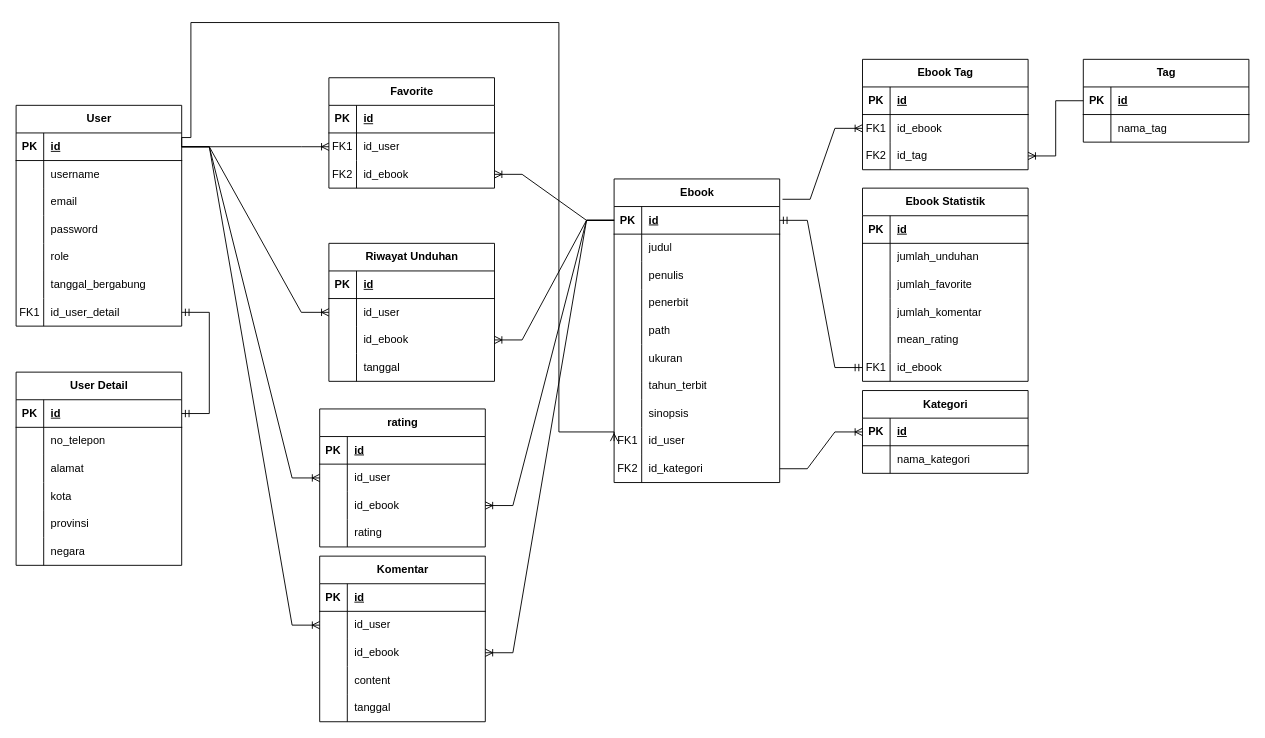
The draw.io diagram ebshare-fix.drawio in zaenal-abidin-syah/diagram, before the edit. Source tidied: cells renumbered, new cells numbered last; positions are measured from the earlier drawing's top-left corner, leaving out a move shared by most shapes. Both pictures are drawn from the tidied source at 92%, with x=0, y=0 at pixel (16, 22).
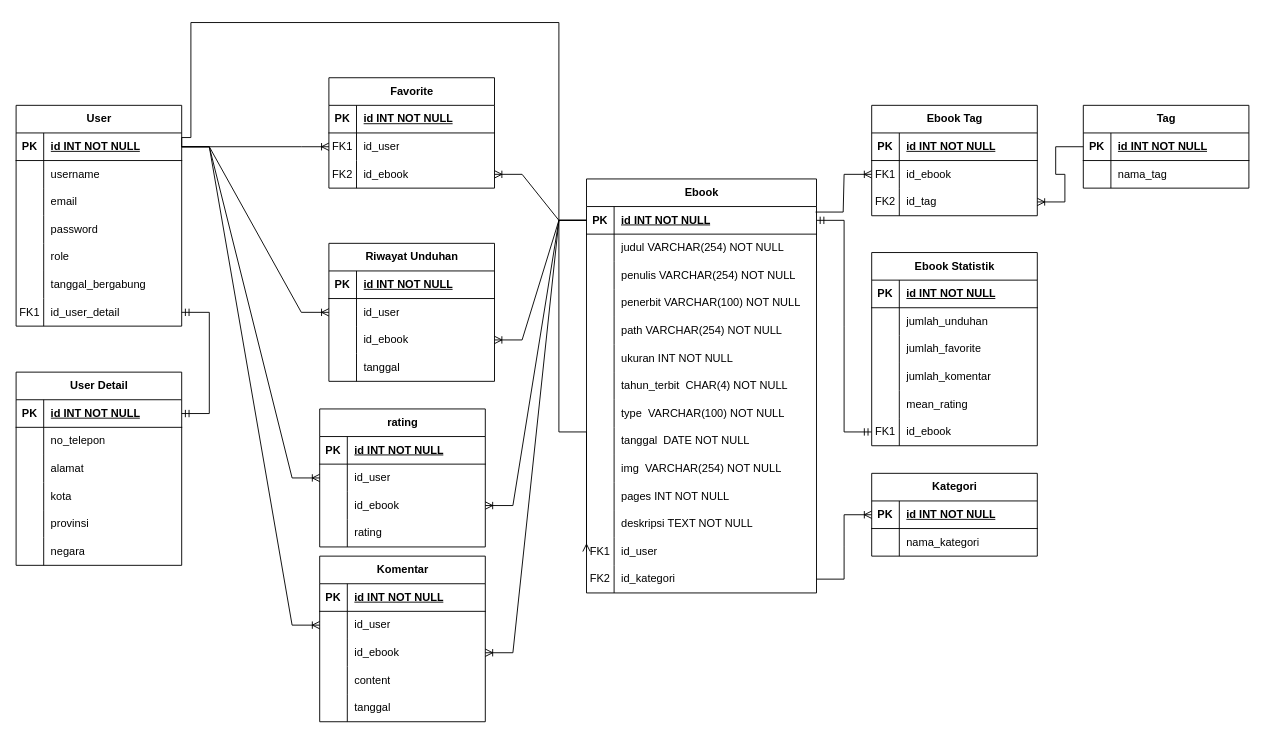
After the change.

The change refers to these unchanged cells:
```xml
<mxCell id="34" style="shape=tableRow;horizontal=0;startSize=0;swimlaneHead=0;swimlaneBody=0;fillColor=none;points=[[0,0.5],[1,0.5]];portConstraint=eastwest;top=0;left=0;right=0;bottom=1;" parent="33" vertex="1">
  <mxGeometry y="30" width="180" height="30" as="geometry" />
</mxCell>
<mxCell id="41" style="shape=tableRow;horizontal=0;startSize=0;swimlaneHead=0;swimlaneBody=0;fillColor=none;points=[[0,0.5],[1,0.5]];portConstraint=eastwest;top=0;left=0;right=0;bottom=1;" parent="40" vertex="1">
  <mxGeometry y="30" width="180" height="30" as="geometry" />
</mxCell>
<mxCell id="48" style="shape=tableRow;horizontal=0;startSize=0;swimlaneHead=0;swimlaneBody=0;fillColor=none;top=0;left=0;right=0;bottom=1;" parent="47" vertex="1">
  <mxGeometry y="30" width="180" height="30" as="geometry" />
</mxCell>
<mxCell id="51" style="shape=tableRow;horizontal=0;startSize=0;swimlaneHead=0;swimlaneBody=0;fillColor=none;points=[[0,0.5],[1,0.5]];portConstraint=eastwest;top=0;left=0;right=0;bottom=0;" parent="47" vertex="1">
  <mxGeometry y="60" width="180" height="30" as="geometry" />
</mxCell>
<mxCell id="58" style="shape=tableRow;horizontal=0;startSize=0;swimlaneHead=0;swimlaneBody=0;fillColor=none;top=0;left=0;right=0;bottom=1;" parent="57" vertex="1">
  <mxGeometry y="30" width="180" height="30" as="geometry" />
</mxCell>
<mxCell id="68" style="shape=tableRow;horizontal=0;startSize=0;swimlaneHead=0;swimlaneBody=0;fillColor=none;top=0;left=0;right=0;bottom=1;" parent="67" vertex="1">
  <mxGeometry y="30" width="180" height="30" as="geometry" />
</mxCell>
<mxCell id="87" style="shape=tableRow;horizontal=0;startSize=0;swimlaneHead=0;swimlaneBody=0;fillColor=none;points=[[0,0.5],[1,0.5]];portConstraint=eastwest;top=0;left=0;right=0;bottom=1;" parent="86" vertex="1">
  <mxGeometry y="30" width="180" height="30" as="geometry" />
</mxCell>
<mxCell id="109" style="shape=tableRow;horizontal=0;startSize=0;swimlaneHead=0;swimlaneBody=0;fillColor=none;points=[[0,0.5],[1,0.5]];portConstraint=eastwest;top=0;left=0;right=0;bottom=1;" parent="108" vertex="1">
  <mxGeometry y="30" width="180" height="30" as="geometry" />
</mxCell>
<mxCell id="128" style="shape=tableRow;horizontal=0;startSize=0;swimlaneHead=0;swimlaneBody=0;fillColor=none;top=0;left=0;right=0;bottom=1;" parent="127" vertex="1">
  <mxGeometry y="30" width="180" height="30" as="geometry" />
</mxCell>
<mxCell id="141" style="shape=tableRow;horizontal=0;startSize=0;swimlaneHead=0;swimlaneBody=0;fillColor=none;top=0;left=0;right=0;bottom=1;" parent="140" vertex="1">
  <mxGeometry y="30" width="180" height="30" as="geometry" />
</mxCell>
<mxCell id="168" style="shape=tableRow;horizontal=0;startSize=0;swimlaneHead=0;swimlaneBody=0;fillColor=none;top=0;left=0;right=0;bottom=1;" parent="167" vertex="1">
  <mxGeometry y="30" width="180" height="30" as="geometry" />
</mxCell>
```

What changed in the source:
```diff
@@
     <mxCell id="2" value="Ebook" style="shape=table;startSize=30;childLayout=tableLayout;rowLines=0;fontStyle=1;align=center;html=1;" parent="1" vertex="1">
-      <mxGeometry x="650" y="170" width="180" height="330" as="geometry" />
+      <mxGeometry x="620" y="170" width="250" height="450" as="geometry" />
     </mxCell>
     <mxCell id="3" style="shape=tableRow;horizontal=0;startSize=0;swimlaneHead=0;swimlaneBody=0;fillColor=none;points=[[0,0.5],[1,0.5]];portConstraint=eastwest;top=0;left=0;right=0;bottom=1;" parent="2" vertex="1">
-      <mxGeometry y="30" width="180" height="30" as="geometry" />
+      <mxGeometry y="30" width="250" height="30" as="geometry" />
     </mxCell>
@@
-    <mxCell id="5" value="id" style="shape=partialRectangle;fillColor=none;top=0;left=0;bottom=0;right=0;align=left;spacingLeft=6;fontStyle=5;overflow=hidden;whiteSpace=wrap;html=1;" parent="3" vertex="1">
-      <mxGeometry x="30" width="150" height="30" as="geometry" />
+    <mxCell id="5" value="id INT NOT NULL" style="shape=partialRectangle;fillColor=none;top=0;left=0;bottom=0;right=0;align=left;spacingLeft=6;fontStyle=5;overflow=hidden;whiteSpace=wrap;html=1;" parent="3" vertex="1">
+      <mxGeometry x="30" width="220" height="30" as="geometry" />
     </mxCell>
     <mxCell id="6" style="shape=tableRow;horizontal=0;startSize=0;swimlaneHead=0;swimlaneBody=0;fillColor=none;top=0;left=0;right=0;bottom=0;" parent="2" vertex="1">
-      <mxGeometry y="60" width="180" height="30" as="geometry" />
+      <mxGeometry y="60" width="250" height="30" as="geometry" />
     </mxCell>
@@
-    <mxCell id="8" value="judul" style="shape=partialRectangle;fillColor=none;top=0;left=0;bottom=0;right=0;align=left;spacingLeft=6;overflow=hidden;whiteSpace=wrap;html=1;" parent="6" vertex="1">
-      <mxGeometry x="30" width="150" height="30" as="geometry" />
+    <mxCell id="8" value="judul VARCHAR(254) NOT NULL" style="shape=partialRectangle;fillColor=none;top=0;left=0;bottom=0;right=0;align=left;spacingLeft=6;overflow=hidden;whiteSpace=wrap;html=1;" parent="6" vertex="1">
+      <mxGeometry x="30" width="220" height="30" as="geometry" />
     </mxCell>
     <mxCell id="9" style="shape=tableRow;horizontal=0;startSize=0;swimlaneHead=0;swimlaneBody=0;fillColor=none;top=0;left=0;right=0;bottom=0;" parent="2" vertex="1">
-      <mxGeometry y="90" width="180" height="30" as="geometry" />
+      <mxGeometry y="90" width="250" height="30" as="geometry" />
     </mxCell>
@@
-    <mxCell id="11" value="penulis" style="shape=partialRectangle;fillColor=none;top=0;left=0;bottom=0;right=0;align=left;spacingLeft=6;overflow=hidden;whiteSpace=wrap;html=1;" parent="9" vertex="1">
-      <mxGeometry x="30" width="150" height="30" as="geometry" />
+    <mxCell id="11" value="penulis VARCHAR(254) NOT NULL" style="shape=partialRectangle;fillColor=none;top=0;left=0;bottom=0;right=0;align=left;spacingLeft=6;overflow=hidden;whiteSpace=wrap;html=1;" parent="9" vertex="1">
+      <mxGeometry x="30" width="220" height="30" as="geometry" />
     </mxCell>
     <mxCell id="12" style="shape=tableRow;horizontal=0;startSize=0;swimlaneHead=0;swimlaneBody=0;fillColor=none;top=0;left=0;right=0;bottom=0;" parent="2" vertex="1">
-      <mxGeometry y="120" width="180" height="30" as="geometry" />
+      <mxGeometry y="120" width="250" height="30" as="geometry" />
     </mxCell>
@@
-    <mxCell id="14" value="penerbit" style="shape=partialRectangle;fillColor=none;top=0;left=0;bottom=0;right=0;align=left;spacingLeft=6;overflow=hidden;whiteSpace=wrap;html=1;" parent="12" vertex="1">
-      <mxGeometry x="30" width="150" height="30" as="geometry" />
+    <mxCell id="14" value="penerbit VARCHAR(100) NOT NULL" style="shape=partialRectangle;fillColor=none;top=0;left=0;bottom=0;right=0;align=left;spacingLeft=6;overflow=hidden;whiteSpace=wrap;html=1;" parent="12" vertex="1">
+      <mxGeometry x="30" width="220" height="30" as="geometry" />
     </mxCell>
     <mxCell id="15" style="shape=tableRow;horizontal=0;startSize=0;swimlaneHead=0;swimlaneBody=0;fillColor=none;top=0;left=0;right=0;bottom=0;" parent="2" vertex="1">
-      <mxGeometry y="150" width="180" height="30" as="geometry" />
+      <mxGeometry y="150" width="250" height="30" as="geometry" />
     </mxCell>
@@
-    <mxCell id="17" value="path" style="shape=partialRectangle;fillColor=none;top=0;left=0;bottom=0;right=0;align=left;spacingLeft=6;overflow=hidden;whiteSpace=wrap;html=1;" parent="15" vertex="1">
-      <mxGeometry x="30" width="150" height="30" as="geometry" />
+    <mxCell id="17" value="path VARCHAR(254) NOT NULL" style="shape=partialRectangle;fillColor=none;top=0;left=0;bottom=0;right=0;align=left;spacingLeft=6;overflow=hidden;whiteSpace=wrap;html=1;" parent="15" vertex="1">
+      <mxGeometry x="30" width="220" height="30" as="geometry" />
     </mxCell>
     <mxCell id="18" style="shape=tableRow;horizontal=0;startSize=0;swimlaneHead=0;swimlaneBody=0;fillColor=none;top=0;left=0;right=0;bottom=0;" parent="2" vertex="1">
-      <mxGeometry y="180" width="180" height="30" as="geometry" />
+      <mxGeometry y="180" width="250" height="30" as="geometry" />
     </mxCell>
@@
-    <mxCell id="20" value="ukuran" style="shape=partialRectangle;fillColor=none;top=0;left=0;bottom=0;right=0;align=left;spacingLeft=6;overflow=hidden;whiteSpace=wrap;html=1;" parent="18" vertex="1">
-      <mxGeometry x="30" width="150" height="30" as="geometry" />
+    <mxCell id="20" value="ukuran INT NOT NULL" style="shape=partialRectangle;fillColor=none;top=0;left=0;bottom=0;right=0;align=left;spacingLeft=6;overflow=hidden;whiteSpace=wrap;html=1;" parent="18" vertex="1">
+      <mxGeometry x="30" width="220" height="30" as="geometry" />
     </mxCell>
     <mxCell id="21" style="shape=tableRow;horizontal=0;startSize=0;swimlaneHead=0;swimlaneBody=0;fillColor=none;top=0;left=0;right=0;bottom=0;" parent="2" vertex="1">
-      <mxGeometry y="210" width="180" height="30" as="geometry" />
+      <mxGeometry y="210" width="250" height="30" as="geometry" />
     </mxCell>
@@
-    <mxCell id="23" value="tahun_terbit" style="shape=partialRectangle;fillColor=none;top=0;left=0;bottom=0;right=0;align=left;spacingLeft=6;overflow=hidden;whiteSpace=wrap;html=1;" parent="21" vertex="1">
-      <mxGeometry x="30" width="150" height="30" as="geometry" />
+    <mxCell id="23" value="tahun_terbit&amp;nbsp; CHAR(4) NOT NULL" style="shape=partialRectangle;fillColor=none;top=0;left=0;bottom=0;right=0;align=left;spacingLeft=6;overflow=hidden;whiteSpace=wrap;html=1;" parent="21" vertex="1">
+      <mxGeometry x="30" width="220" height="30" as="geometry" />
     </mxCell>
+    <mxCell id="183" style="shape=tableRow;horizontal=0;startSize=0;swimlaneHead=0;swimlaneBody=0;fillColor=none;top=0;left=0;right=0;bottom=0;" parent="2" vertex="1">
+      <mxGeometry y="240" width="250" height="30" as="geometry" />
+    </mxCell>
+    <mxCell id="184" style="shape=partialRectangle;fillColor=none;top=0;left=0;bottom=0;right=0;overflow=hidden;whiteSpace=wrap;html=1;" parent="183" vertex="1">
+      <mxGeometry width="30" height="30" as="geometry" />
+    </mxCell>
+    <mxCell id="185" value="type&amp;nbsp; VARCHAR(100) NOT NULL" style="shape=partialRectangle;fillColor=none;top=0;left=0;bottom=0;right=0;align=left;spacingLeft=6;overflow=hidden;whiteSpace=wrap;html=1;" parent="183" vertex="1">
+      <mxGeometry x="30" width="220" height="30" as="geometry" />
+    </mxCell>
+    <mxCell id="186" style="shape=tableRow;horizontal=0;startSize=0;swimlaneHead=0;swimlaneBody=0;fillColor=none;top=0;left=0;right=0;bottom=0;" parent="2" vertex="1">
+      <mxGeometry y="270" width="250" height="30" as="geometry" />
+    </mxCell>
+    <mxCell id="187" style="shape=partialRectangle;fillColor=none;top=0;left=0;bottom=0;right=0;overflow=hidden;whiteSpace=wrap;html=1;" parent="186" vertex="1">
+      <mxGeometry width="30" height="30" as="geometry" />
+    </mxCell>
+    <mxCell id="188" value="tanggal&amp;nbsp; DATE NOT NULL" style="shape=partialRectangle;fillColor=none;top=0;left=0;bottom=0;right=0;align=left;spacingLeft=6;overflow=hidden;whiteSpace=wrap;html=1;" parent="186" vertex="1">
+      <mxGeometry x="30" width="220" height="30" as="geometry" />
+    </mxCell>
+    <mxCell id="189" style="shape=tableRow;horizontal=0;startSize=0;swimlaneHead=0;swimlaneBody=0;fillColor=none;top=0;left=0;right=0;bottom=0;" parent="2" vertex="1">
+      <mxGeometry y="300" width="250" height="30" as="geometry" />
+    </mxCell>
+    <mxCell id="190" style="shape=partialRectangle;fillColor=none;top=0;left=0;bottom=0;right=0;overflow=hidden;whiteSpace=wrap;html=1;" parent="189" vertex="1">
+      <mxGeometry width="30" height="30" as="geometry" />
+    </mxCell>
+    <mxCell id="191" value="img&amp;nbsp; VARCHAR(254) NOT NULL" style="shape=partialRectangle;fillColor=none;top=0;left=0;bottom=0;right=0;align=left;spacingLeft=6;overflow=hidden;whiteSpace=wrap;html=1;" parent="189" vertex="1">
+      <mxGeometry x="30" width="220" height="30" as="geometry" />
+    </mxCell>
+    <mxCell id="192" style="shape=tableRow;horizontal=0;startSize=0;swimlaneHead=0;swimlaneBody=0;fillColor=none;top=0;left=0;right=0;bottom=0;" parent="2" vertex="1">
+      <mxGeometry y="330" width="250" height="30" as="geometry" />
+    </mxCell>
+    <mxCell id="193" style="shape=partialRectangle;fillColor=none;top=0;left=0;bottom=0;right=0;overflow=hidden;whiteSpace=wrap;html=1;" parent="192" vertex="1">
+      <mxGeometry width="30" height="30" as="geometry" />
+    </mxCell>
+    <mxCell id="194" value="pages INT NOT NULL" style="shape=partialRectangle;fillColor=none;top=0;left=0;bottom=0;right=0;align=left;spacingLeft=6;overflow=hidden;whiteSpace=wrap;html=1;" parent="192" vertex="1">
+      <mxGeometry x="30" width="220" height="30" as="geometry" />
+    </mxCell>
     <mxCell id="24" style="shape=tableRow;horizontal=0;startSize=0;swimlaneHead=0;swimlaneBody=0;fillColor=none;top=0;left=0;right=0;bottom=0;" parent="2" vertex="1">
-      <mxGeometry y="240" width="180" height="30" as="geometry" />
+      <mxGeometry y="360" width="250" height="30" as="geometry" />
     </mxCell>
@@
-    <mxCell id="26" value="sinopsis" style="shape=partialRectangle;fillColor=none;top=0;left=0;bottom=0;right=0;align=left;spacingLeft=6;overflow=hidden;whiteSpace=wrap;html=1;" parent="24" vertex="1">
-      <mxGeometry x="30" width="150" height="30" as="geometry" />
+    <mxCell id="26" value="deskripsi TEXT NOT NULL" style="shape=partialRectangle;fillColor=none;top=0;left=0;bottom=0;right=0;align=left;spacingLeft=6;overflow=hidden;whiteSpace=wrap;html=1;" parent="24" vertex="1">
+      <mxGeometry x="30" width="220" height="30" as="geometry" />
     </mxCell>
     <mxCell id="27" style="shape=tableRow;horizontal=0;startSize=0;swimlaneHead=0;swimlaneBody=0;fillColor=none;points=[[0,0.5],[1,0.5]];portConstraint=eastwest;top=0;left=0;right=0;bottom=0;" parent="2" vertex="1">
-      <mxGeometry y="270" width="180" height="30" as="geometry" />
+      <mxGeometry y="390" width="250" height="30" as="geometry" />
     </mxCell>
@@
     <mxCell id="29" value="id_user" style="shape=partialRectangle;fillColor=none;top=0;left=0;bottom=0;right=0;align=left;spacingLeft=6;overflow=hidden;whiteSpace=wrap;html=1;" parent="27" vertex="1">
-      <mxGeometry x="30" width="150" height="30" as="geometry" />
+      <mxGeometry x="30" width="220" height="30" as="geometry" />
     </mxCell>
     <mxCell id="30" style="shape=tableRow;horizontal=0;startSize=0;swimlaneHead=0;swimlaneBody=0;fillColor=none;points=[[0,0.5],[1,0.5]];portConstraint=eastwest;top=0;left=0;right=0;bottom=0;" parent="2" vertex="1">
-      <mxGeometry y="300" width="180" height="30" as="geometry" />
+      <mxGeometry y="420" width="250" height="30" as="geometry" />
     </mxCell>
@@
     <mxCell id="32" value="id_kategori" style="shape=partialRectangle;fillColor=none;top=0;left=0;bottom=0;right=0;align=left;spacingLeft=6;overflow=hidden;whiteSpace=wrap;html=1;" parent="30" vertex="1">
-      <mxGeometry x="30" width="150" height="30" as="geometry" />
+      <mxGeometry x="30" width="220" height="30" as="geometry" />
     </mxCell>
     <mxCell id="33" value="Kategori" style="shape=table;startSize=30;childLayout=tableLayout;rowLines=0;fontStyle=1;align=center;html=1;" parent="1" vertex="1">
-      <mxGeometry x="920" y="400" width="180" height="90" as="geometry" />
+      <mxGeometry x="930" y="490" width="180" height="90" as="geometry" />
     </mxCell>
@@
-    <mxCell id="36" value="id" style="shape=partialRectangle;fillColor=none;top=0;left=0;bottom=0;right=0;align=left;spacingLeft=6;fontStyle=5;overflow=hidden;whiteSpace=wrap;html=1;" parent="34" vertex="1">
+    <mxCell id="36" value="id INT NOT NULL" style="shape=partialRectangle;fillColor=none;top=0;left=0;bottom=0;right=0;align=left;spacingLeft=6;fontStyle=5;overflow=hidden;whiteSpace=wrap;html=1;" parent="34" vertex="1">
       <mxGeometry x="30" width="150" height="30" as="geometry" />
     </mxCell>
@@
     <mxCell id="40" value="Tag" style="shape=table;startSize=30;childLayout=tableLayout;rowLines=0;fontStyle=1;align=center;html=1;" parent="1" vertex="1">
-      <mxGeometry x="1160" y="40" width="180" height="90" as="geometry" />
+      <mxGeometry x="1160" y="90" width="180" height="90" as="geometry" />
     </mxCell>
@@
-    <mxCell id="43" value="id" style="shape=partialRectangle;fillColor=none;top=0;left=0;bottom=0;right=0;align=left;spacingLeft=6;fontStyle=5;overflow=hidden;whiteSpace=wrap;html=1;" parent="41" vertex="1">
+    <mxCell id="43" value="id INT NOT NULL" style="shape=partialRectangle;fillColor=none;top=0;left=0;bottom=0;right=0;align=left;spacingLeft=6;fontStyle=5;overflow=hidden;whiteSpace=wrap;html=1;" parent="41" vertex="1">
       <mxGeometry x="30" width="150" height="30" as="geometry" />
     </mxCell>
@@
     <mxCell id="47" value="Ebook Tag" style="shape=table;startSize=30;childLayout=tableLayout;rowLines=0;fontStyle=1;align=center;html=1;" parent="1" vertex="1">
-      <mxGeometry x="920" y="40" width="180" height="120" as="geometry" />
+      <mxGeometry x="930" y="90" width="180" height="120" as="geometry" />
     </mxCell>
@@
-    <mxCell id="50" value="id" style="shape=partialRectangle;fillColor=none;top=0;left=0;bottom=0;right=0;align=left;spacingLeft=6;fontStyle=5;overflow=hidden;whiteSpace=wrap;html=1;" parent="48" vertex="1">
+    <mxCell id="50" value="id INT NOT NULL" style="shape=partialRectangle;fillColor=none;top=0;left=0;bottom=0;right=0;align=left;spacingLeft=6;fontStyle=5;overflow=hidden;whiteSpace=wrap;html=1;" parent="48" vertex="1">
       <mxGeometry x="30" width="150" height="30" as="geometry" />
     </mxCell>
@@
-    <mxCell id="60" value="id" style="shape=partialRectangle;fillColor=none;top=0;left=0;bottom=0;right=0;align=left;spacingLeft=6;fontStyle=5;overflow=hidden;whiteSpace=wrap;html=1;" parent="58" vertex="1">
+    <mxCell id="60" value="id INT NOT NULL" style="shape=partialRectangle;fillColor=none;top=0;left=0;bottom=0;right=0;align=left;spacingLeft=6;fontStyle=5;overflow=hidden;whiteSpace=wrap;html=1;" parent="58" vertex="1">
       <mxGeometry x="30" width="150" height="30" as="geometry" />
     </mxCell>
@@
     <mxCell id="67" value="Ebook Statistik" style="shape=table;startSize=30;childLayout=tableLayout;rowLines=0;fontStyle=1;align=center;html=1;" parent="1" vertex="1">
-      <mxGeometry x="920" y="180" width="180" height="210" as="geometry" />
+      <mxGeometry x="930" y="250" width="180" height="210" as="geometry" />
     </mxCell>
@@
-    <mxCell id="70" value="id" style="shape=partialRectangle;fillColor=none;top=0;left=0;bottom=0;right=0;align=left;spacingLeft=6;fontStyle=5;overflow=hidden;whiteSpace=wrap;html=1;" parent="68" vertex="1">
+    <mxCell id="70" value="id INT NOT NULL" style="shape=partialRectangle;fillColor=none;top=0;left=0;bottom=0;right=0;align=left;spacingLeft=6;fontStyle=5;overflow=hidden;whiteSpace=wrap;html=1;" parent="68" vertex="1">
       <mxGeometry x="30" width="150" height="30" as="geometry" />
     </mxCell>
@@
-    <mxCell id="89" value="id" style="shape=partialRectangle;fillColor=none;top=0;left=0;bottom=0;right=0;align=left;spacingLeft=6;fontStyle=5;overflow=hidden;whiteSpace=wrap;html=1;" parent="87" vertex="1">
+    <mxCell id="89" value="id INT NOT NULL" style="shape=partialRectangle;fillColor=none;top=0;left=0;bottom=0;right=0;align=left;spacingLeft=6;fontStyle=5;overflow=hidden;whiteSpace=wrap;html=1;" parent="87" vertex="1">
       <mxGeometry x="30" width="150" height="30" as="geometry" />
     </mxCell>
@@
-    <mxCell id="111" value="id" style="shape=partialRectangle;fillColor=none;top=0;left=0;bottom=0;right=0;align=left;spacingLeft=6;fontStyle=5;overflow=hidden;whiteSpace=wrap;html=1;" parent="109" vertex="1">
+    <mxCell id="111" value="id INT NOT NULL" style="shape=partialRectangle;fillColor=none;top=0;left=0;bottom=0;right=0;align=left;spacingLeft=6;fontStyle=5;overflow=hidden;whiteSpace=wrap;html=1;" parent="109" vertex="1">
       <mxGeometry x="30" width="150" height="30" as="geometry" />
     </mxCell>
@@
-    <mxCell id="130" value="id" style="shape=partialRectangle;fillColor=none;top=0;left=0;bottom=0;right=0;align=left;spacingLeft=6;fontStyle=5;overflow=hidden;whiteSpace=wrap;html=1;" parent="128" vertex="1">
+    <mxCell id="130" value="id INT NOT NULL" style="shape=partialRectangle;fillColor=none;top=0;left=0;bottom=0;right=0;align=left;spacingLeft=6;fontStyle=5;overflow=hidden;whiteSpace=wrap;html=1;" parent="128" vertex="1">
       <mxGeometry x="30" width="150" height="30" as="geometry" />
     </mxCell>
@@
-    <mxCell id="143" value="id" style="shape=partialRectangle;fillColor=none;top=0;left=0;bottom=0;right=0;align=left;spacingLeft=6;fontStyle=5;overflow=hidden;whiteSpace=wrap;html=1;" parent="141" vertex="1">
+    <mxCell id="143" value="id INT NOT NULL" style="shape=partialRectangle;fillColor=none;top=0;left=0;bottom=0;right=0;align=left;spacingLeft=6;fontStyle=5;overflow=hidden;whiteSpace=wrap;html=1;" parent="141" vertex="1">
       <mxGeometry x="30" width="150" height="30" as="geometry" />
     </mxCell>
@@
-    <mxCell id="166" style="edgeStyle=entityRelationEdgeStyle;fontSize=12;html=1;endArrow=ERoneToMany;rounded=0;entryX=0;entryY=0.5;entryDx=0;entryDy=0;exitX=1.017;exitY=0.067;exitDx=0;exitDy=0;exitPerimeter=0;" parent="1" edge="1" source="2" target="51">
+    <mxCell id="166" style="edgeStyle=entityRelationEdgeStyle;fontSize=12;html=1;endArrow=ERoneToMany;rounded=0;entryX=0;entryY=0.5;entryDx=0;entryDy=0;exitX=0.996;exitY=0.2;exitDx=0;exitDy=0;exitPerimeter=0;" parent="1" edge="1" source="3" target="51">
       <mxGeometry relative="1" as="geometry" />
     </mxCell>
@@
-    <mxCell id="170" value="id" style="shape=partialRectangle;fillColor=none;top=0;left=0;bottom=0;right=0;align=left;spacingLeft=6;fontStyle=5;overflow=hidden;whiteSpace=wrap;html=1;" parent="168" vertex="1">
+    <mxCell id="170" value="id INT NOT NULL" style="shape=partialRectangle;fillColor=none;top=0;left=0;bottom=0;right=0;align=left;spacingLeft=6;fontStyle=5;overflow=hidden;whiteSpace=wrap;html=1;" parent="168" vertex="1">
       <mxGeometry x="30" width="150" height="30" as="geometry" />
     </mxCell>
```
